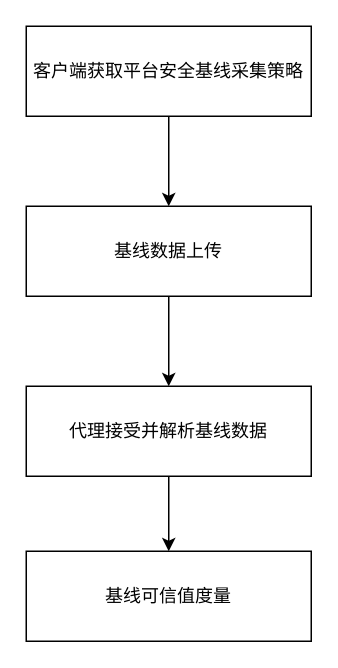
This is testDirectory/基线可信度量流程图.drawio from Moose1273/-, a draw.io file, before an edit. Source tidied: cells renumbered, new cells numbered last; positions are measured from the earlier drawing's top-left corner, leaving out a move shared by most shapes. Both pictures are drawn from the tidied source at 150%, with x=0, y=0 at pixel (26, 26).
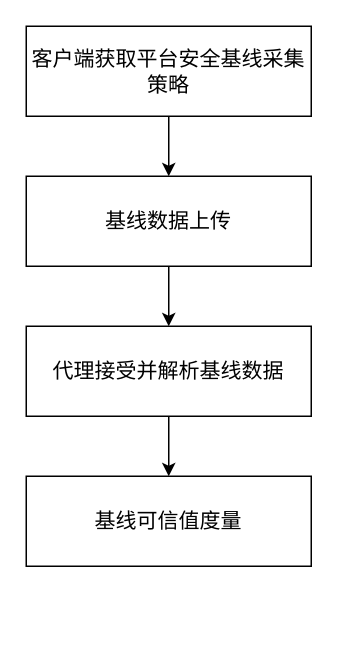
The same diagram, later.

Commit message:
更新基线可信度量流程图.drawio

Diff of the diagram source:
```diff
@@
 <mxGraphModel>
   <root>
     <mxCell id="0" />
     <mxCell id="1" parent="0" />
-    <mxCell id="2" style="edgeStyle=orthogonalEdgeStyle;rounded=0;jettySize=auto;html=1;" parent="1" edge="1" source="3" target="5">
+    <mxCell id="2" style="edgeStyle=orthogonalEdgeStyle;rounded=0;jettySize=auto;html=1;fontSize=14;" parent="1" edge="1" source="3" target="5">
       <mxGeometry relative="1" as="geometry" />
     </mxCell>
-    <mxCell id="3" value="客户端获取平台安全基线采集策略" style="rounded=0;whiteSpace=wrap;html=1;" parent="1" vertex="1">
+    <mxCell id="3" value="客户端获取平台安全基线采集策略" style="rounded=0;whiteSpace=wrap;html=1;fontSize=14;" parent="1" vertex="1">
       <mxGeometry width="190" height="60" as="geometry" />
     </mxCell>
-    <mxCell id="4" style="edgeStyle=orthogonalEdgeStyle;rounded=0;jettySize=auto;html=1;" parent="1" edge="1" source="5" target="7">
+    <mxCell id="4" style="edgeStyle=orthogonalEdgeStyle;rounded=0;jettySize=auto;html=1;fontSize=14;" parent="1" edge="1" source="5" target="7">
       <mxGeometry relative="1" as="geometry" />
     </mxCell>
-    <mxCell id="5" value="基线数据上传" style="rounded=0;whiteSpace=wrap;html=1;" parent="1" vertex="1">
-      <mxGeometry y="120" width="190" height="60" as="geometry" />
+    <mxCell id="5" value="基线数据上传" style="rounded=0;whiteSpace=wrap;html=1;fontSize=14;" parent="1" vertex="1">
+      <mxGeometry y="100" width="190" height="60" as="geometry" />
     </mxCell>
-    <mxCell id="6" style="edgeStyle=orthogonalEdgeStyle;rounded=0;jettySize=auto;html=1;" parent="1" edge="1" source="7" target="8">
+    <mxCell id="6" style="edgeStyle=orthogonalEdgeStyle;rounded=0;jettySize=auto;html=1;fontSize=14;" parent="1" edge="1" source="7" target="8">
       <mxGeometry relative="1" as="geometry" />
     </mxCell>
-    <mxCell id="7" value="代理接受并解析基线数据" style="rounded=0;whiteSpace=wrap;html=1;" parent="1" vertex="1">
-      <mxGeometry y="240" width="190" height="60" as="geometry" />
+    <mxCell id="7" value="代理接受并解析基线数据" style="rounded=0;whiteSpace=wrap;html=1;fontSize=14;" parent="1" vertex="1">
+      <mxGeometry y="200" width="190" height="60" as="geometry" />
     </mxCell>
-    <mxCell id="8" value="基线可信值度量" style="rounded=0;whiteSpace=wrap;html=1;" parent="1" vertex="1">
-      <mxGeometry y="350" width="190" height="60" as="geometry" />
+    <mxCell id="8" value="基线可信值度量" style="rounded=0;whiteSpace=wrap;html=1;fontSize=14;" parent="1" vertex="1">
+      <mxGeometry y="300" width="190" height="60" as="geometry" />
     </mxCell>
   </root>
 </mxGraphModel>
```
